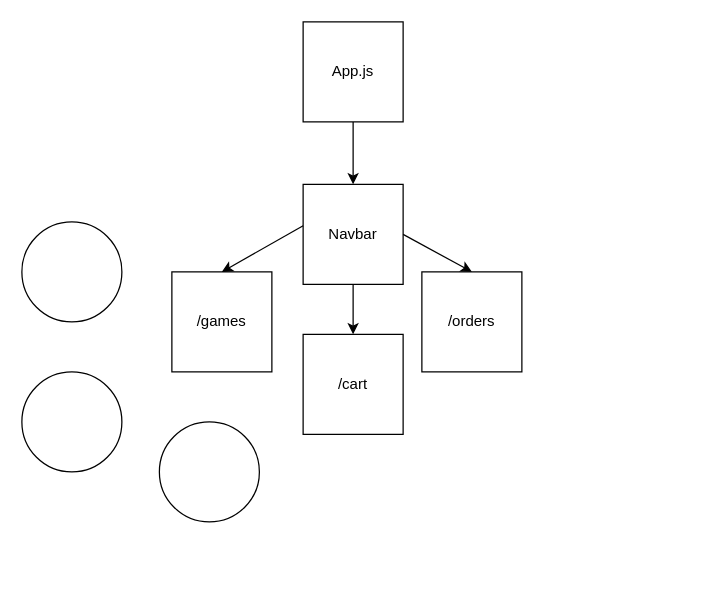
RobertLeeMich/Mod-3-project keeps this draw.io diagram as Untitled Diagram.drawio. Above is the earlier version. Source tidied: cells renumbered, new cells numbered last; positions are measured from the earlier drawing's top-left corner, leaving out a move shared by most shapes. Both pictures are drawn from the tidied source at 125%, with x=0, y=0 at pixel (21, 21).
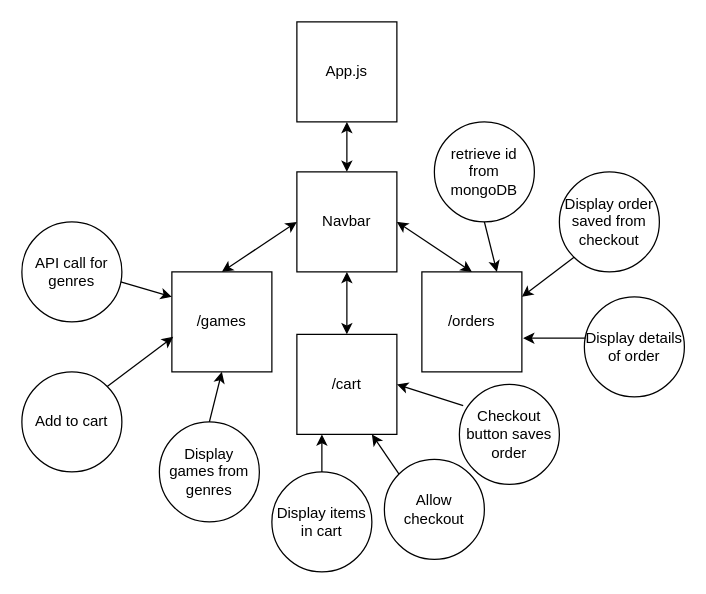
Above is the later version.

Unchanged cells that the change refers to:
```xml
<mxCell id="3" value="/games" style="whiteSpace=wrap;html=1;" parent="1" vertex="1">
  <mxGeometry x="120" y="200" width="80" height="80" as="geometry" />
</mxCell>
<mxCell id="5" value="/orders" style="whiteSpace=wrap;html=1;" parent="1" vertex="1">
  <mxGeometry x="320" y="200" width="80" height="80" as="geometry" />
</mxCell>
```

Change to the diagram source:
```diff
@@
     <mxCell id="2" value="App.js&lt;br&gt;" style="whiteSpace=wrap;html=1;" parent="1" vertex="1">
-      <mxGeometry x="225" width="80" height="80" as="geometry" />
+      <mxGeometry x="220" width="80" height="80" as="geometry" />
     </mxCell>
@@
     <mxCell id="4" value="Navbar" style="whiteSpace=wrap;html=1;" parent="1" vertex="1">
-      <mxGeometry x="225" y="130" width="80" height="80" as="geometry" />
+      <mxGeometry x="220" y="120" width="80" height="80" as="geometry" />
     </mxCell>
@@
-    <mxCell id="6" style="endArrow=classic;html=1;rounded=0;exitX=1;exitY=0.5;exitDx=0;exitDy=0;entryX=0.5;entryY=0;entryDx=0;entryDy=0;" parent="1" edge="1" source="4" target="5">
-      <mxGeometry relative="1" as="geometry" />
-    </mxCell>
-    <mxCell id="7" style="endArrow=classic;html=1;rounded=0;exitX=0.5;exitY=1;exitDx=0;exitDy=0;entryX=0.5;entryY=0;entryDx=0;entryDy=0;" parent="1" edge="1" source="2" target="4">
-      <mxGeometry relative="1" as="geometry" />
-    </mxCell>
-    <mxCell id="8" style="endArrow=classic;html=1;rounded=0;entryX=0.5;entryY=0;entryDx=0;entryDy=0;exitX=0;exitY=0.413;exitDx=0;exitDy=0;exitPerimeter=0;" parent="1" edge="1" source="4" target="3">
-      <mxGeometry relative="1" as="geometry" />
-    </mxCell>
     <mxCell id="9" value="/cart" style="whiteSpace=wrap;html=1;" parent="1" vertex="1">
-      <mxGeometry x="225" y="250" width="80" height="80" as="geometry" />
+      <mxGeometry x="220" y="250" width="80" height="80" as="geometry" />
     </mxCell>
-    <mxCell id="10" style="endArrow=classic;html=1;rounded=0;exitX=0.5;exitY=1;exitDx=0;exitDy=0;entryX=0.5;entryY=0;entryDx=0;entryDy=0;" parent="1" edge="1" source="4" target="9">
-      <mxGeometry relative="1" as="geometry" />
-    </mxCell>
-    <mxCell id="11" style="ellipse;whiteSpace=wrap;html=1;" parent="1" vertex="1">
+    <mxCell id="11" value="Add to cart" style="ellipse;whiteSpace=wrap;html=1;" parent="1" vertex="1">
       <mxGeometry y="280" width="80" height="80" as="geometry" />
     </mxCell>
-    <mxCell id="12" style="ellipse;whiteSpace=wrap;html=1;" parent="1" vertex="1">
+    <mxCell id="12" value="Display games from genres&lt;br&gt;" style="ellipse;whiteSpace=wrap;html=1;" parent="1" vertex="1">
       <mxGeometry x="110" y="320" width="80" height="80" as="geometry" />
     </mxCell>
-    <mxCell id="13" style="ellipse;whiteSpace=wrap;html=1;" parent="1" vertex="1">
+    <mxCell id="13" value="API call for genres" style="ellipse;whiteSpace=wrap;html=1;" parent="1" vertex="1">
       <mxGeometry y="160" width="80" height="80" as="geometry" />
     </mxCell>
+    <mxCell id="14" style="endArrow=classic;html=1;rounded=0;exitX=0.5;exitY=0;exitDx=0;exitDy=0;entryX=0.5;entryY=1;entryDx=0;entryDy=0;" parent="1" edge="1" source="12" target="3">
+      <mxGeometry relative="1" as="geometry" />
+    </mxCell>
+    <mxCell id="15" style="endArrow=classic;startArrow=classic;html=1;rounded=0;exitX=0.5;exitY=0;exitDx=0;exitDy=0;entryX=0;entryY=0.5;entryDx=0;entryDy=0;" parent="1" edge="1" source="3" target="4">
+      <mxGeometry relative="1" as="geometry" />
+    </mxCell>
+    <mxCell id="6" style="endArrow=classic;startArrow=classic;html=1;rounded=0;exitX=1;exitY=0.5;exitDx=0;exitDy=0;entryX=0.5;entryY=0;entryDx=0;entryDy=0;" parent="1" edge="1" source="4" target="5">
+      <mxGeometry relative="1" as="geometry" />
+    </mxCell>
+    <mxCell id="16" style="endArrow=classic;startArrow=classic;html=1;rounded=0;exitX=0.5;exitY=0;exitDx=0;exitDy=0;entryX=0.5;entryY=1;entryDx=0;entryDy=0;" parent="1" edge="1" source="9" target="4">
+      <mxGeometry relative="1" as="geometry" />
+    </mxCell>
+    <mxCell id="17" style="endArrow=classic;startArrow=classic;html=1;rounded=0;exitX=0.5;exitY=0;exitDx=0;exitDy=0;entryX=0.5;entryY=1;entryDx=0;entryDy=0;" parent="1" edge="1" source="4" target="2">
+      <mxGeometry relative="1" as="geometry" />
+    </mxCell>
+    <mxCell id="18" style="endArrow=classic;html=1;rounded=0;exitX=1;exitY=0;exitDx=0;exitDy=0;entryX=0.013;entryY=0.65;entryDx=0;entryDy=0;entryPerimeter=0;" parent="1" edge="1" source="11" target="3">
+      <mxGeometry relative="1" as="geometry" />
+    </mxCell>
+    <mxCell id="19" style="endArrow=classic;html=1;rounded=0;exitX=0.988;exitY=0.6;exitDx=0;exitDy=0;exitPerimeter=0;entryX=0;entryY=0.25;entryDx=0;entryDy=0;" parent="1" edge="1" source="13" target="3">
+      <mxGeometry relative="1" as="geometry" />
+    </mxCell>
+    <mxCell id="20" value="Display items in cart" style="ellipse;whiteSpace=wrap;html=1;" parent="1" vertex="1">
+      <mxGeometry x="200" y="360" width="80" height="80" as="geometry" />
+    </mxCell>
+    <mxCell id="21" value="Allow checkout" style="ellipse;whiteSpace=wrap;html=1;" parent="1" vertex="1">
+      <mxGeometry x="290" y="350" width="80" height="80" as="geometry" />
+    </mxCell>
+    <mxCell id="22" value="Checkout button saves order" style="ellipse;whiteSpace=wrap;html=1;" parent="1" vertex="1">
+      <mxGeometry x="350" y="290" width="80" height="80" as="geometry" />
+    </mxCell>
+    <mxCell id="23" style="endArrow=classic;html=1;rounded=0;exitX=0.5;exitY=0;exitDx=0;exitDy=0;entryX=0.25;entryY=1;entryDx=0;entryDy=0;" parent="1" edge="1" source="20" target="9">
+      <mxGeometry relative="1" as="geometry" />
+    </mxCell>
+    <mxCell id="24" style="endArrow=classic;html=1;rounded=0;exitX=0;exitY=0;exitDx=0;exitDy=0;entryX=0.75;entryY=1;entryDx=0;entryDy=0;" parent="1" edge="1" source="21" target="9">
+      <mxGeometry relative="1" as="geometry" />
+    </mxCell>
+    <mxCell id="25" style="endArrow=classic;html=1;rounded=0;exitX=0.038;exitY=0.213;exitDx=0;exitDy=0;exitPerimeter=0;entryX=1;entryY=0.5;entryDx=0;entryDy=0;" parent="1" edge="1" source="22" target="9">
+      <mxGeometry relative="1" as="geometry" />
+    </mxCell>
+    <mxCell id="26" value="retrieve id from mongoDB" style="ellipse;whiteSpace=wrap;html=1;" parent="1" vertex="1">
+      <mxGeometry x="330" y="80" width="80" height="80" as="geometry" />
+    </mxCell>
+    <mxCell id="27" value="Display order saved from checkout" style="ellipse;whiteSpace=wrap;html=1;" parent="1" vertex="1">
+      <mxGeometry x="430" y="120" width="80" height="80" as="geometry" />
+    </mxCell>
+    <mxCell id="28" value="Display details of order" style="ellipse;whiteSpace=wrap;html=1;" parent="1" vertex="1">
+      <mxGeometry x="450" y="220" width="80" height="80" as="geometry" />
+    </mxCell>
+    <mxCell id="29" style="endArrow=classic;html=1;rounded=0;entryX=0.75;entryY=0;entryDx=0;entryDy=0;exitX=0.5;exitY=1;exitDx=0;exitDy=0;" parent="1" edge="1" source="26" target="5">
+      <mxGeometry relative="1" as="geometry" />
+    </mxCell>
+    <mxCell id="30" style="endArrow=classic;html=1;rounded=0;entryX=1;entryY=0.25;entryDx=0;entryDy=0;exitX=0;exitY=1;exitDx=0;exitDy=0;" parent="1" edge="1" source="27" target="5">
+      <mxGeometry relative="1" as="geometry" />
+    </mxCell>
+    <mxCell id="31" style="endArrow=classic;html=1;rounded=0;exitX=0.013;exitY=0.413;exitDx=0;exitDy=0;exitPerimeter=0;entryX=1.013;entryY=0.663;entryDx=0;entryDy=0;entryPerimeter=0;" parent="1" edge="1" source="28" target="5">
+      <mxGeometry relative="1" as="geometry" />
+    </mxCell>
```
